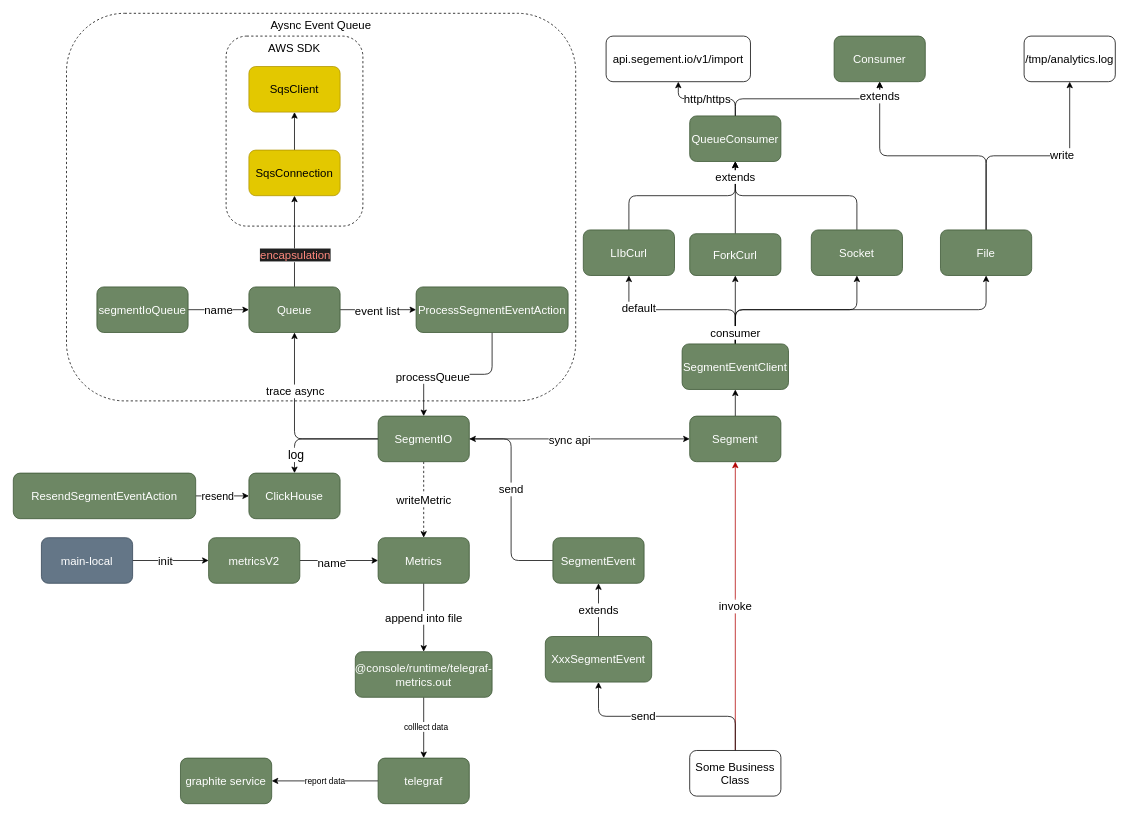
Above: assets/SegmentEvent.drawio in sheldon-pacvue/segmenet-event (draw.io), before the change. Source tidied: cells renumbered, new cells numbered last; positions are measured from the earlier drawing's top-left corner, leaving out a move shared by most shapes. Both pictures are drawn from the tidied source at 76%, with x=0, y=0 at pixel (13, 13).
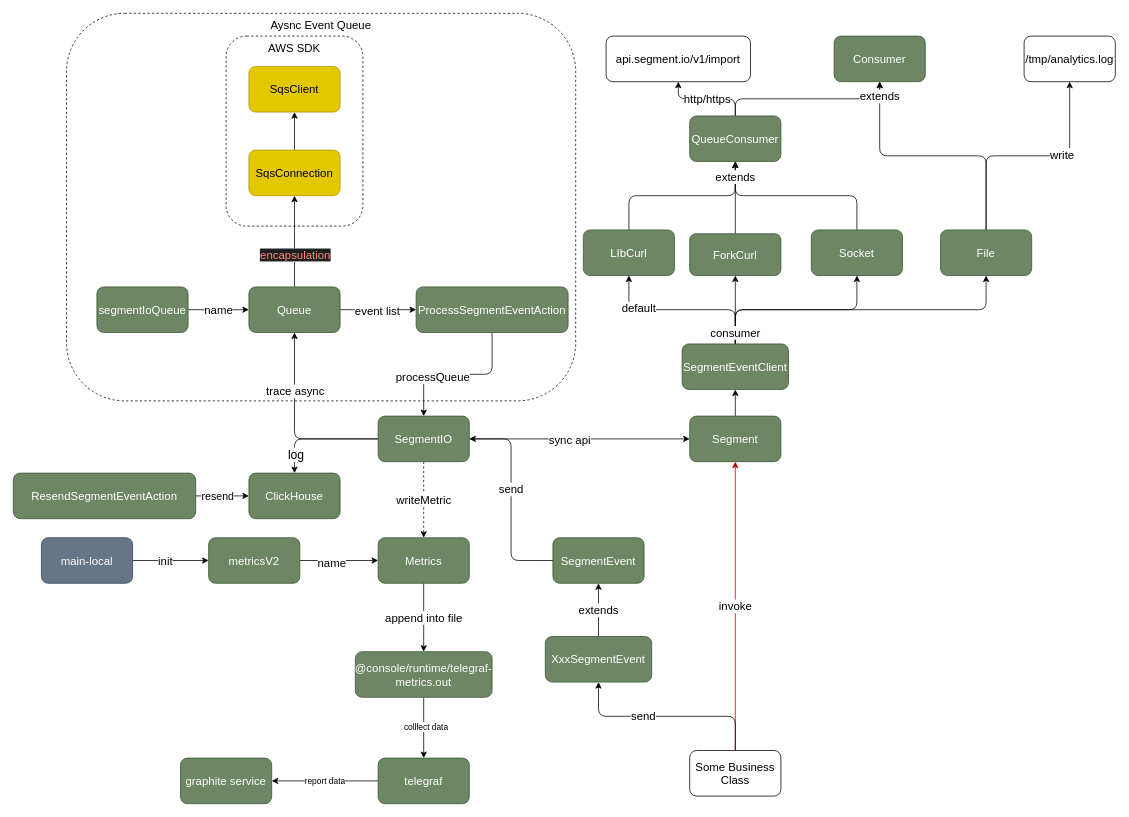
The same diagram, later.

What changed in the source:
```diff
@@
-    <mxCell id="71" value="api.segement.io/v1/import" style="rounded=1;whiteSpace=wrap;html=1;fontSize=15;" parent="1" vertex="1">
+    <mxCell id="71" value="api.segment.io/v1/import" style="rounded=1;whiteSpace=wrap;html=1;fontSize=15;" parent="1" vertex="1">
       <mxGeometry x="780" y="30" width="190" height="60" as="geometry" />
     </mxCell>
```
